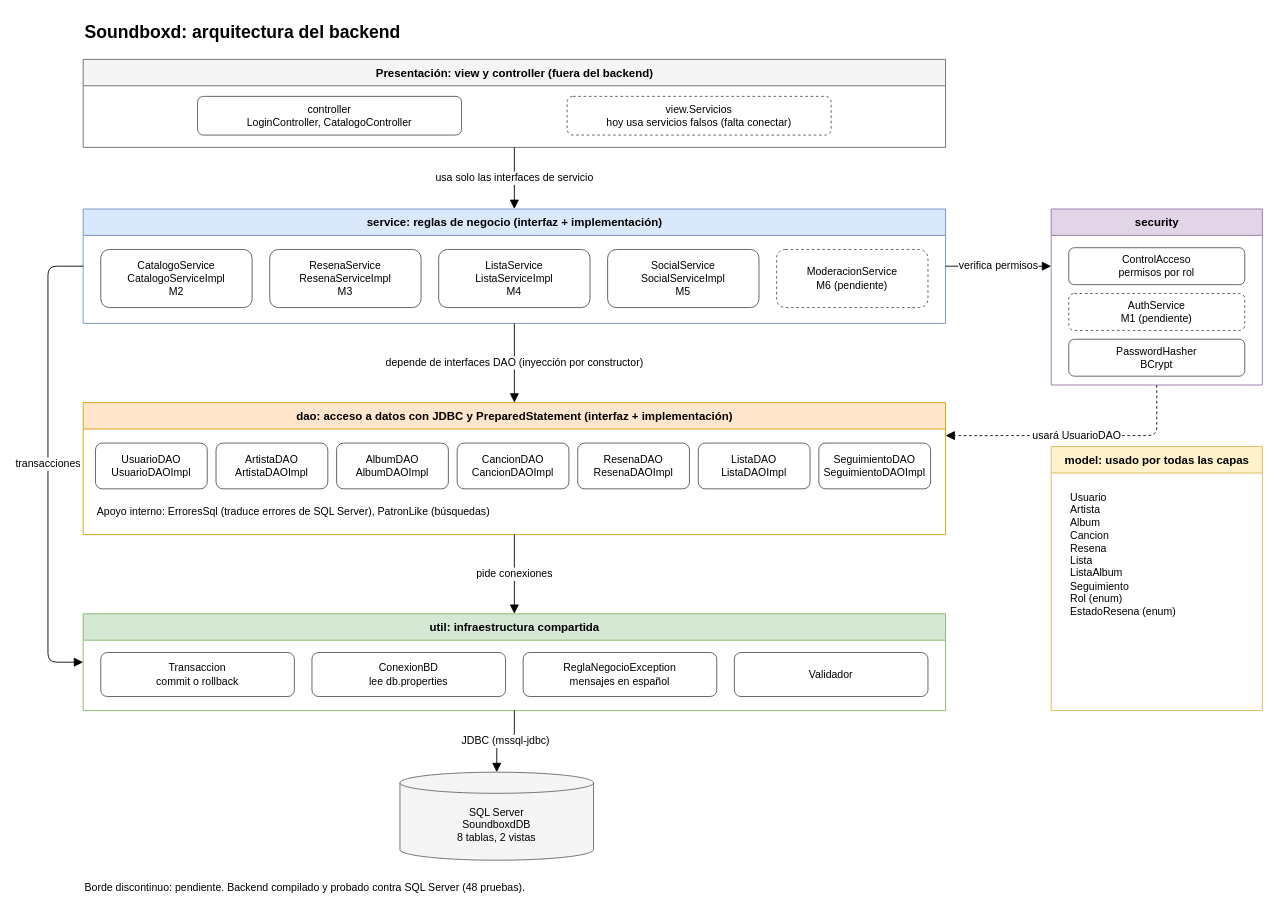
Earlier version of the draw.io diagram page "Arquitectura backend" (1 of 2) of docs/diagramas/Arquitectura_Backend.drawio (Adriel2503/cib02). Source tidied: cells renumbered, new cells numbered last; positions are measured from the earlier drawing's top-left corner, leaving out a move shared by most shapes. Both pictures are drawn from the tidied source at 88%, with x=0, y=0 at pixel (48, 15).
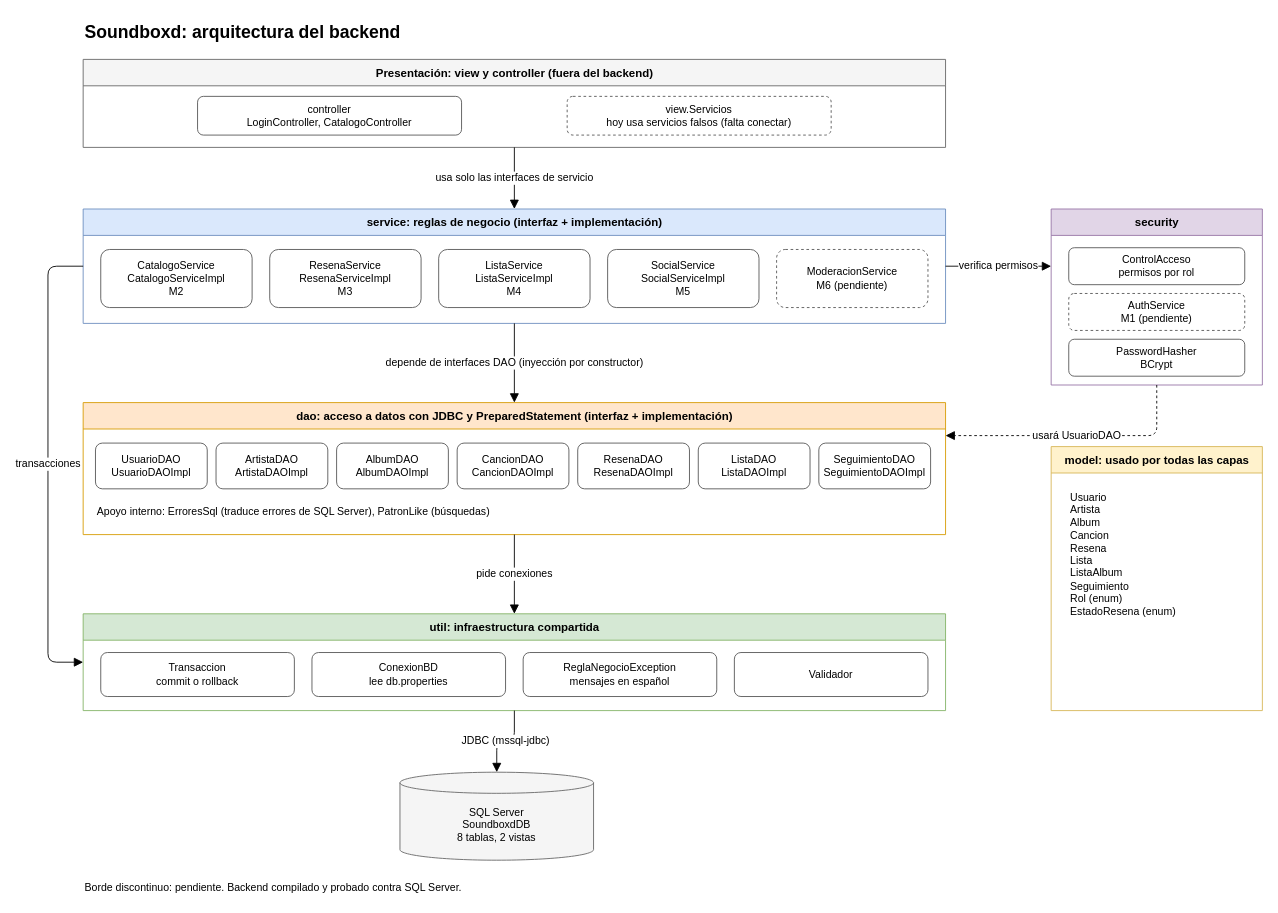
The same diagram, later.

Commit message (it also covers changes not shown here):
docs(diagramas): quita el numero de pruebas del diagrama

El numero cambia con cada correccion y quedaba desactualizado.

Diff of the diagram source:
```diff
@@
-    <mxCell id="40" value="Borde discontinuo: pendiente. Backend compilado y probado contra SQL Server (48 pruebas)." style="text;html=1;align=left;verticalAlign=middle;fontSize=12;" parent="1" vertex="1">
+    <mxCell id="40" value="Borde discontinuo: pendiente. Backend compilado y probado contra SQL Server." style="text;html=1;align=left;verticalAlign=middle;fontSize=12;" parent="1" vertex="1">
       <mxGeometry x="40" y="980" width="700" height="24" as="geometry" />
     </mxCell>
```
